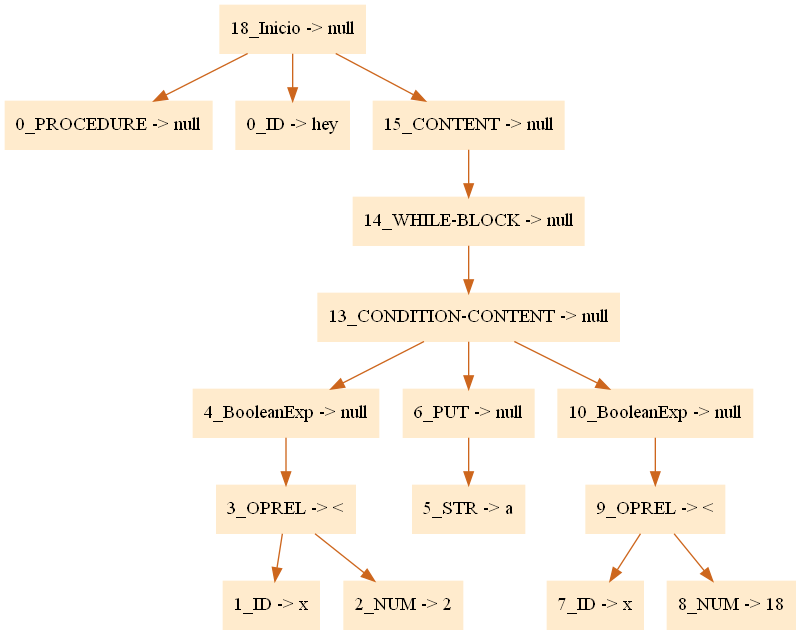
Earlier version of the Graphviz export CompiladorAda/arbol.png (FranciscoPagoaga/Ada95-Compiler). Its source is kept beside it as CompiladorAda/arbol.dot.
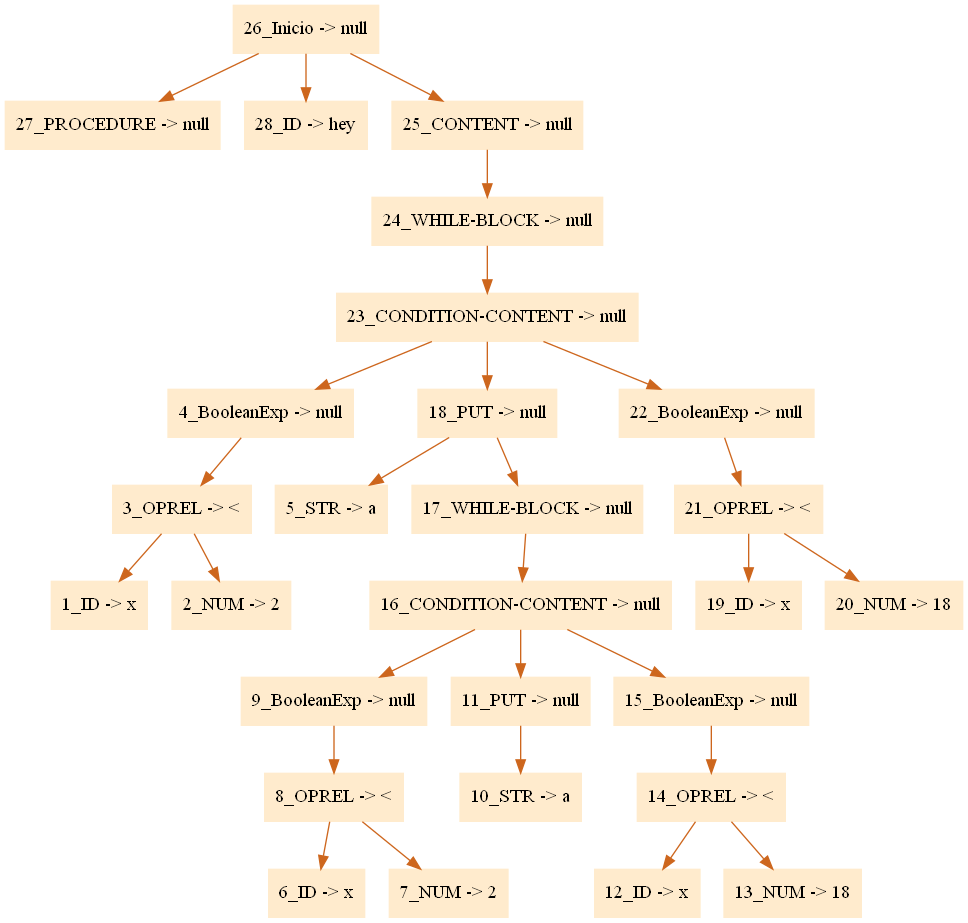
Above is the later version.

Diff of the diagram source:
```diff
@@ -1,20 +1,32 @@
 digraph G {node[shape=box, style=filled, color=blanchedalmond]; edge[color=chocolate3];rankdir=UD
 
-"18_Inicio -> null"->"0_PROCEDURE -> null"
-"18_Inicio -> null"->"0_ID -> hey"
-"18_Inicio -> null"->"15_CONTENT -> null"
-"15_CONTENT -> null"->"14_WHILE-BLOCK -> null"
-"14_WHILE-BLOCK -> null"->"13_CONDITION-CONTENT -> null"
-"13_CONDITION-CONTENT -> null"->"4_BooleanExp -> null"
+"26_Inicio -> null"->"27_PROCEDURE -> null"
+"26_Inicio -> null"->"28_ID -> hey"
+"26_Inicio -> null"->"25_CONTENT -> null"
+"25_CONTENT -> null"->"24_WHILE-BLOCK -> null"
+"24_WHILE-BLOCK -> null"->"23_CONDITION-CONTENT -> null"
+"23_CONDITION-CONTENT -> null"->"4_BooleanExp -> null"
 "4_BooleanExp -> null"->"3_OPREL -> <"
 "3_OPREL -> <"->"1_ID -> x"
 "3_OPREL -> <"->"2_NUM -> 2"
-"13_CONDITION-CONTENT -> null"->"6_PUT -> null"
-"6_PUT -> null"->"5_STR -> a"
-"13_CONDITION-CONTENT -> null"->"10_BooleanExp -> null"
-"10_BooleanExp -> null"->"9_OPREL -> <"
-"9_OPREL -> <"->"7_ID -> x"
-"9_OPREL -> <"->"8_NUM -> 18"
+"23_CONDITION-CONTENT -> null"->"18_PUT -> null"
+"18_PUT -> null"->"5_STR -> a"
+"18_PUT -> null"->"17_WHILE-BLOCK -> null"
+"17_WHILE-BLOCK -> null"->"16_CONDITION-CONTENT -> null"
+"16_CONDITION-CONTENT -> null"->"9_BooleanExp -> null"
+"9_BooleanExp -> null"->"8_OPREL -> <"
+"8_OPREL -> <"->"6_ID -> x"
+"8_OPREL -> <"->"7_NUM -> 2"
+"16_CONDITION-CONTENT -> null"->"11_PUT -> null"
+"11_PUT -> null"->"10_STR -> a"
+"16_CONDITION-CONTENT -> null"->"15_BooleanExp -> null"
+"15_BooleanExp -> null"->"14_OPREL -> <"
+"14_OPREL -> <"->"12_ID -> x"
+"14_OPREL -> <"->"13_NUM -> 18"
+"23_CONDITION-CONTENT -> null"->"22_BooleanExp -> null"
+"22_BooleanExp -> null"->"21_OPREL -> <"
+"21_OPREL -> <"->"19_ID -> x"
+"21_OPREL -> <"->"20_NUM -> 18"
 
 
 }
```
